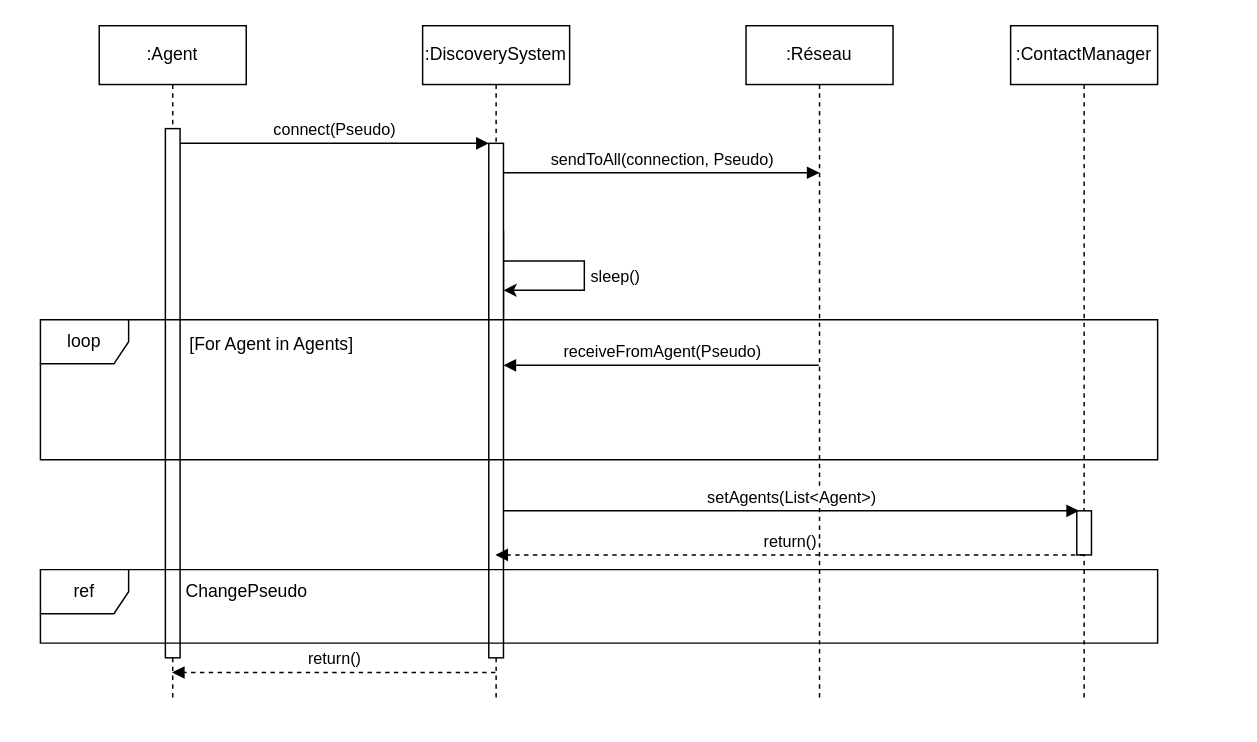
Earlier version of the draw.io diagram doc/uml/SequenceDiagramDiscoverySystemConnection.drawio (insa-4ir-chatsystem/chatsystem-billard-slamnia). Source tidied: cells renumbered, new cells numbered last; positions are measured from the earlier drawing's top-left corner, leaving out a move shared by most shapes. Both pictures are drawn from the tidied source at 147%, with x=0, y=0 at pixel (40, 25).
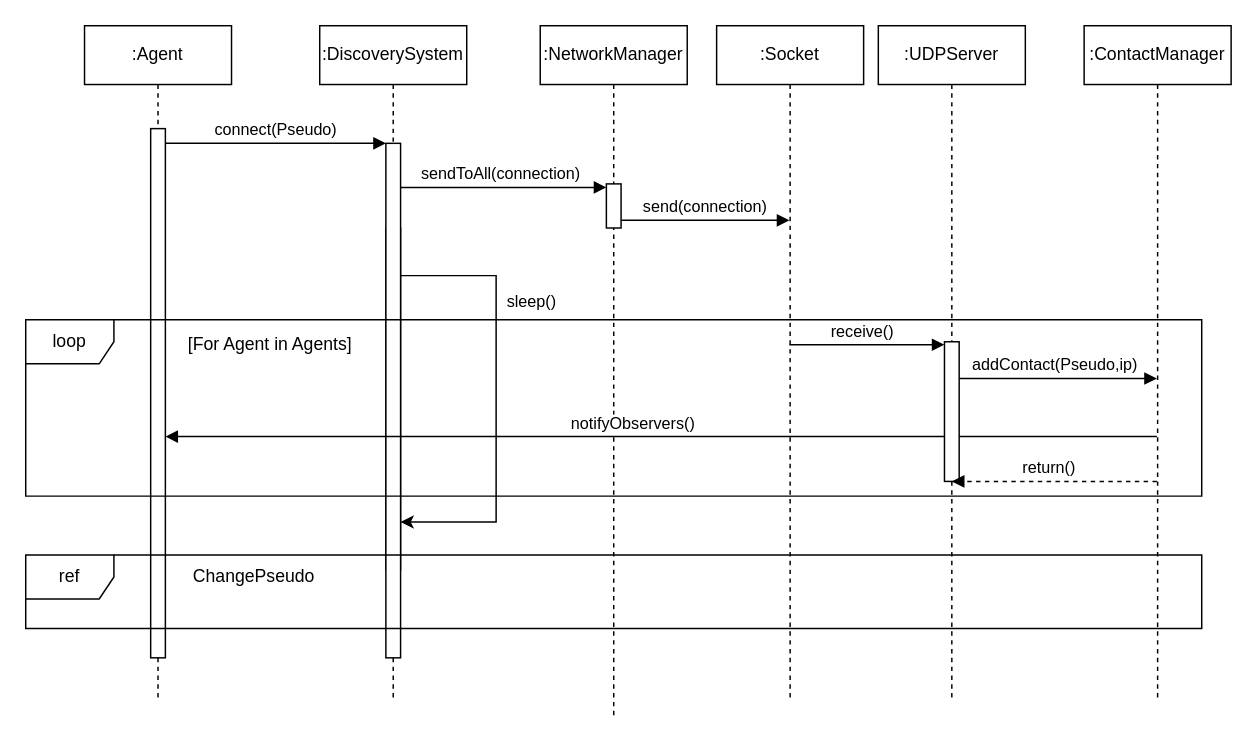
The same diagram, later.

Commit message:
Mettre à jour SequenceDiagramDiscoverySystemConnection.drawio

Unchanged cells that the change refers to:
```xml
<mxCell id="4" style="html=1;points=[];perimeter=orthogonalPerimeter;outlineConnect=0;targetShapes=umlLifeline;portConstraint=eastwest;newEdgeStyle={&quot;edgeStyle&quot;:&quot;elbowEdgeStyle&quot;,&quot;elbow&quot;:&quot;vertical&quot;,&quot;curved&quot;:0,&quot;rounded&quot;:0};" parent="3" vertex="1">
  <mxGeometry x="45" y="70" width="10" height="360" as="geometry" />
</mxCell>
<mxCell id="6" style="html=1;points=[];perimeter=orthogonalPerimeter;outlineConnect=0;targetShapes=umlLifeline;portConstraint=eastwest;newEdgeStyle={&quot;edgeStyle&quot;:&quot;elbowEdgeStyle&quot;,&quot;elbow&quot;:&quot;vertical&quot;,&quot;curved&quot;:0,&quot;rounded&quot;:0};" parent="5" vertex="1">
  <mxGeometry x="45" y="80" width="10" height="350" as="geometry" />
</mxCell>
```

Diff of the diagram source:
```diff
@@
-    <mxCell id="2" style="html=1;points=[];perimeter=orthogonalPerimeter;outlineConnect=0;targetShapes=umlLifeline;portConstraint=eastwest;newEdgeStyle={&quot;edgeStyle&quot;:&quot;elbowEdgeStyle&quot;,&quot;elbow&quot;:&quot;vertical&quot;,&quot;curved&quot;:0,&quot;rounded&quot;:0};" parent="1" vertex="1">
-      <mxGeometry x="305" y="140" width="10" height="60" as="geometry" />
-    </mxCell>
+    <mxCell id="9" value="sendToAll(connection)" style="html=1;verticalAlign=bottom;endArrow=block;edgeStyle=elbowEdgeStyle;elbow=vertical;curved=0;rounded=0;" parent="1" edge="1">
+      <mxGeometry relative="1" as="geometry">
+        <mxPoint x="239.5" y="110" as="sourcePoint" />
+        <mxPoint x="385" y="110" as="targetPoint" />
+        <Array as="points">
+          <mxPoint x="310" y="110" />
+        </Array>
+      </mxGeometry>
+    </mxCell>
     <mxCell id="3" value=":Agent" style="shape=umlLifeline;perimeter=lifelinePerimeter;whiteSpace=wrap;html=1;outlineConnect=0;portConstraint=eastwest;newEdgeStyle={&quot;edgeStyle&quot;:&quot;elbowEdgeStyle&quot;,&quot;elbow&quot;:&quot;vertical&quot;,&quot;curved&quot;:0,&quot;rounded&quot;:0};" parent="1" vertex="1">
-      <mxGeometry x="40" width="100" height="460" as="geometry" />
+      <mxGeometry x="30" width="100" height="460" as="geometry" />
     </mxCell>
@@
     <mxCell id="5" value=":DiscoverySystem" style="shape=umlLifeline;perimeter=lifelinePerimeter;whiteSpace=wrap;html=1;outlineConnect=0;portConstraint=eastwest;newEdgeStyle={&quot;edgeStyle&quot;:&quot;elbowEdgeStyle&quot;,&quot;elbow&quot;:&quot;vertical&quot;,&quot;curved&quot;:0,&quot;rounded&quot;:0};" parent="1" vertex="1">
-      <mxGeometry x="260" width="100" height="460" as="geometry" />
+      <mxGeometry x="190" width="100" height="460" as="geometry" />
     </mxCell>
+    <mxCell id="2" style="html=1;points=[];perimeter=orthogonalPerimeter;outlineConnect=0;targetShapes=umlLifeline;portConstraint=eastwest;newEdgeStyle={&quot;edgeStyle&quot;:&quot;elbowEdgeStyle&quot;,&quot;elbow&quot;:&quot;vertical&quot;,&quot;curved&quot;:0,&quot;rounded&quot;:0};" parent="5" vertex="1">
+      <mxGeometry x="45" y="137.6" width="10" height="232.4" as="geometry" />
+    </mxCell>
@@
+    <mxCell id="10" style="endArrow=classic;html=1;rounded=0;elbow=vertical;" parent="5" edge="1" source="2" target="2">
+      <mxGeometry relative="1" as="geometry">
+        <Array as="points">
+          <mxPoint x="120" y="170" />
+        </Array>
+      </mxGeometry>
+    </mxCell>
+    <mxCell id="11" value="sleep()" style="edgeLabel;html=1;align=center;verticalAlign=middle;" parent="10" vertex="1">
+      <mxGeometry x="0.2" relative="1" as="geometry">
+        <mxPoint x="23" y="-97" as="offset" />
+      </mxGeometry>
+    </mxCell>
     <mxCell id="7" value="connect(Pseudo)" style="html=1;verticalAlign=bottom;endArrow=block;edgeStyle=elbowEdgeStyle;elbow=vertical;curved=0;rounded=0;" parent="1" edge="1" source="4" target="6">
       <mxGeometry relative="1" as="geometry">
         <Array as="points">
-          <mxPoint x="180" y="80" />
+          <mxPoint x="170" y="80" />
         </Array>
       </mxGeometry>
     </mxCell>
-    <mxCell id="8" value=":Réseau" style="shape=umlLifeline;perimeter=lifelinePerimeter;whiteSpace=wrap;html=1;outlineConnect=0;portConstraint=eastwest;newEdgeStyle={&quot;edgeStyle&quot;:&quot;elbowEdgeStyle&quot;,&quot;elbow&quot;:&quot;vertical&quot;,&quot;curved&quot;:0,&quot;rounded&quot;:0};" parent="1" vertex="1">
-      <mxGeometry x="480" width="100" height="460" as="geometry" />
+    <mxCell id="8" value=":NetworkManager" style="shape=umlLifeline;perimeter=lifelinePerimeter;whiteSpace=wrap;html=1;outlineConnect=0;portConstraint=eastwest;newEdgeStyle={&quot;edgeStyle&quot;:&quot;elbowEdgeStyle&quot;,&quot;elbow&quot;:&quot;vertical&quot;,&quot;curved&quot;:0,&quot;rounded&quot;:0};" parent="1" vertex="1">
+      <mxGeometry x="340" width="100" height="470" as="geometry" />
     </mxCell>
-    <mxCell id="9" value="sendToAll(connection, Pseudo)" style="html=1;verticalAlign=bottom;endArrow=block;edgeStyle=elbowEdgeStyle;elbow=vertical;curved=0;rounded=0;" parent="1" edge="1">
-      <mxGeometry relative="1" as="geometry">
-        <mxPoint x="315" y="100" as="sourcePoint" />
-        <mxPoint x="530" y="100" as="targetPoint" />
-        <Array as="points">
-          <mxPoint x="405" y="100" />
-        </Array>
-      </mxGeometry>
-    </mxCell>
-    <mxCell id="10" style="endArrow=classic;html=1;rounded=0;elbow=vertical;" parent="1" edge="1" source="2" target="2">
-      <mxGeometry relative="1" as="geometry">
-        <Array as="points">
-          <mxPoint x="370" y="170" />
-        </Array>
-      </mxGeometry>
-    </mxCell>
-    <mxCell id="11" value="sleep()" style="edgeLabel;html=1;align=center;verticalAlign=middle;" parent="10" vertex="1">
-      <mxGeometry x="0.2" relative="1" as="geometry">
-        <mxPoint x="23" y="-10" as="offset" />
-      </mxGeometry>
-    </mxCell>
+    <mxCell id="25" style="html=1;points=[];perimeter=orthogonalPerimeter;outlineConnect=0;targetShapes=umlLifeline;portConstraint=eastwest;newEdgeStyle={&quot;edgeStyle&quot;:&quot;elbowEdgeStyle&quot;,&quot;elbow&quot;:&quot;vertical&quot;,&quot;curved&quot;:0,&quot;rounded&quot;:0};" parent="8" vertex="1">
+      <mxGeometry x="45" y="107.6" width="10" height="30" as="geometry" />
+    </mxCell>
     <mxCell id="12" style="group;" parent="1" vertex="1">
-      <mxGeometry y="200" width="760" height="100" as="geometry" />
+      <mxGeometry x="-10" y="200" width="800" height="160" as="geometry" />
     </mxCell>
     <mxCell id="13" value="loop" style="shape=umlFrame;whiteSpace=wrap;html=1;" parent="12" vertex="1">
-      <mxGeometry width="760" height="95.2" as="geometry" />
+      <mxGeometry width="800" height="120" as="geometry" />
     </mxCell>
     <mxCell id="14" style="group;" parent="12" vertex="1">
-      <mxGeometry width="760" height="100" as="geometry" />
+      <mxGeometry width="800" height="160" as="geometry" />
     </mxCell>
     <mxCell id="15" style="line;strokeWidth=1;fillColor=none;align=left;verticalAlign=middle;spacingTop=-1;spacingLeft=3;spacingRight=3;labelPosition=right;strokeColor=inherit;" parent="14" vertex="1">
-      <mxGeometry x="117.9" y="45.7" width="131" height="3.8" as="geometry" />
+      <mxGeometry x="124.1" y="45.7" width="137.9" height="3.8" as="geometry" />
     </mxCell>
     <mxCell id="16" value="[For Agent in Agents]" style="text;html=1;align=center;verticalAlign=middle;strokeColor=none;fillColor=none;" parent="14" vertex="1">
-      <mxGeometry x="65.5" y="10" width="183.4" height="14.3" as="geometry" />
+      <mxGeometry x="69" y="10" width="193.1" height="14.3" as="geometry" />
     </mxCell>
-    <mxCell id="17" value="return()" style="html=1;verticalAlign=bottom;endArrow=block;edgeStyle=elbowEdgeStyle;elbow=vertical;curved=0;rounded=0;dashed=1;" parent="1" edge="1" source="5" target="3">
-      <mxGeometry relative="1" as="geometry">
-        <Array as="points">
-          <mxPoint x="245.5" y="440" />
-        </Array>
-      </mxGeometry>
-    </mxCell>
+    <mxCell id="26" value="receive()" style="html=1;verticalAlign=bottom;endArrow=block;edgeStyle=elbowEdgeStyle;elbow=vertical;curved=0;rounded=0;" parent="14" edge="1" source="30">
+      <mxGeometry x="-0.08" relative="1" as="geometry">
+        <mxPoint x="625" y="16.6" as="targetPoint" />
+      </mxGeometry>
+    </mxCell>
+    <mxCell id="24" value="addContact(Pseudo,ip)" style="html=1;verticalAlign=bottom;endArrow=block;edgeStyle=elbowEdgeStyle;elbow=vertical;curved=0;rounded=0;" parent="14" edge="1">
+      <mxGeometry x="0.06" relative="1" as="geometry">
+        <mxPoint x="640" y="40" as="sourcePoint" />
+        <mxPoint x="769.5" y="40" as="targetPoint" />
+        <Array as="points">
+          <mxPoint x="630.5" y="40" />
+        </Array>
+      </mxGeometry>
+    </mxCell>
+    <mxCell id="27" value="notifyObservers()" style="html=1;verticalAlign=bottom;endArrow=block;edgeStyle=elbowEdgeStyle;elbow=vertical;curved=0;rounded=0;endFill=1;" parent="14" edge="1" target="4">
+      <mxGeometry x="0.06" relative="1" as="geometry">
+        <mxPoint x="769.5" y="79.5" as="sourcePoint" />
+        <Array as="points">
+          <mxPoint x="700" y="79.5" />
+        </Array>
+      </mxGeometry>
+    </mxCell>
     <mxCell id="18" value=":ContactManager" style="shape=umlLifeline;perimeter=lifelinePerimeter;whiteSpace=wrap;html=1;newEdgeStyle={&quot;edgeStyle&quot;:&quot;elbowEdgeStyle&quot;,&quot;elbow&quot;:&quot;vertical&quot;,&quot;curved&quot;:0,&quot;rounded&quot;:0};" parent="1" vertex="1">
-      <mxGeometry x="660" width="100" height="460" as="geometry" />
+      <mxGeometry x="710" width="100" height="460" as="geometry" />
     </mxCell>
-    <mxCell id="19" style="html=1;perimeter=orthogonalPerimeter;targetShapes=umlLifeline;newEdgeStyle={&quot;edgeStyle&quot;:&quot;elbowEdgeStyle&quot;,&quot;elbow&quot;:&quot;vertical&quot;,&quot;curved&quot;:0,&quot;rounded&quot;:0};" parent="18" vertex="1">
-      <mxGeometry x="45" y="330" width="10" height="30" as="geometry" />
-    </mxCell>
-    <mxCell id="20" value="&lt;div&gt;setAgents(List&amp;lt;Agent&amp;gt;)&lt;/div&gt;" style="html=1;verticalAlign=bottom;endArrow=block;edgeStyle=elbowEdgeStyle;elbow=vertical;curved=0;rounded=0;" parent="1" edge="1">
-      <mxGeometry relative="1" as="geometry">
-        <mxPoint x="315" y="330" as="sourcePoint" />
-        <mxPoint x="706.5" y="330" as="targetPoint" />
-        <Array as="points">
-          <mxPoint x="405" y="330" />
-        </Array>
-      </mxGeometry>
-    </mxCell>
+    <mxCell id="28" value=":UDPServer" style="shape=umlLifeline;perimeter=lifelinePerimeter;whiteSpace=wrap;html=1;newEdgeStyle={&quot;edgeStyle&quot;:&quot;elbowEdgeStyle&quot;,&quot;elbow&quot;:&quot;vertical&quot;,&quot;curved&quot;:0,&quot;rounded&quot;:0};" parent="1" vertex="1">
+      <mxGeometry x="570" width="100" height="460" as="geometry" />
+    </mxCell>
+    <mxCell id="29" style="html=1;perimeter=orthogonalPerimeter;targetShapes=umlLifeline;newEdgeStyle={&quot;edgeStyle&quot;:&quot;elbowEdgeStyle&quot;,&quot;elbow&quot;:&quot;vertical&quot;,&quot;curved&quot;:0,&quot;rounded&quot;:0};" parent="28" vertex="1">
+      <mxGeometry x="45" y="215" width="10" height="95" as="geometry" />
+    </mxCell>
+    <mxCell id="30" value=":Socket" style="shape=umlLifeline;perimeter=lifelinePerimeter;whiteSpace=wrap;html=1;outlineConnect=0;portConstraint=eastwest;newEdgeStyle={&quot;edgeStyle&quot;:&quot;elbowEdgeStyle&quot;,&quot;elbow&quot;:&quot;vertical&quot;,&quot;curved&quot;:0,&quot;rounded&quot;:0};" parent="1" vertex="1">
+      <mxGeometry x="460" width="100" height="460" as="geometry" />
+    </mxCell>
+    <mxCell id="31" value="send(connection)" style="html=1;verticalAlign=bottom;endArrow=block;edgeStyle=elbowEdgeStyle;elbow=vertical;curved=0;rounded=0;" parent="1" edge="1" source="25">
+      <mxGeometry relative="1" as="geometry">
+        <mxPoint x="509.5" y="132.4" as="targetPoint" />
+        <Array as="points">
+          <mxPoint x="500.5" y="132.4" />
+        </Array>
+      </mxGeometry>
+    </mxCell>
+    <mxCell id="32" value="return()" style="html=1;verticalAlign=bottom;endArrow=block;edgeStyle=elbowEdgeStyle;elbow=vertical;curved=0;rounded=0;endFill=1;dashed=1;" parent="1" edge="1">
+      <mxGeometry x="0.06" relative="1" as="geometry">
+        <mxPoint x="759.5" y="310" as="sourcePoint" />
+        <mxPoint x="620" y="310" as="targetPoint" />
+        <Array as="points">
+          <mxPoint x="690" y="310" />
+        </Array>
+      </mxGeometry>
+    </mxCell>
+    <mxCell id="33" style="group;" parent="1" vertex="1">
+      <mxGeometry x="-10" y="360" width="800" height="50" as="geometry" />
+    </mxCell>
-    <mxCell id="21" value="&lt;div&gt;ref&lt;/div&gt;" style="shape=umlFrame;whiteSpace=wrap;html=1;" parent="1" vertex="1">
-      <mxGeometry y="370" width="760" height="50" as="geometry" />
+    <mxCell id="21" value="&lt;div&gt;ref&lt;/div&gt;" style="shape=umlFrame;whiteSpace=wrap;html=1;" parent="33" vertex="1">
+      <mxGeometry width="800" height="50" as="geometry" />
     </mxCell>
-    <mxCell id="22" value="ChangePseudo" style="text;html=1;align=center;verticalAlign=middle;strokeColor=none;fillColor=none;" parent="1" vertex="1">
-      <mxGeometry x="85" y="370" width="110" height="30" as="geometry" />
+    <mxCell id="22" value="ChangePseudo" style="text;html=1;align=center;verticalAlign=middle;strokeColor=none;fillColor=none;" parent="33" vertex="1">
+      <mxGeometry x="100" width="110" height="30" as="geometry" />
     </mxCell>
-    <mxCell id="23" value="return()" style="html=1;verticalAlign=bottom;endArrow=block;edgeStyle=elbowEdgeStyle;elbow=vertical;curved=0;rounded=0;dashed=1;" parent="1" edge="1" target="5">
-      <mxGeometry relative="1" as="geometry">
-        <mxPoint x="710" y="360" as="sourcePoint" />
-        <Array as="points">
-          <mxPoint x="640.5" y="360" />
-        </Array>
-      </mxGeometry>
-    </mxCell>
-    <mxCell id="24" value="receiveFromAgent(Pseudo)" style="html=1;verticalAlign=bottom;endArrow=block;edgeStyle=elbowEdgeStyle;elbow=vertical;curved=0;rounded=0;" parent="1" edge="1" source="8" target="6">
-      <mxGeometry relative="1" as="geometry">
-        <Array as="points">
-          <mxPoint x="430" y="231" />
-        </Array>
-      </mxGeometry>
-    </mxCell>
```
